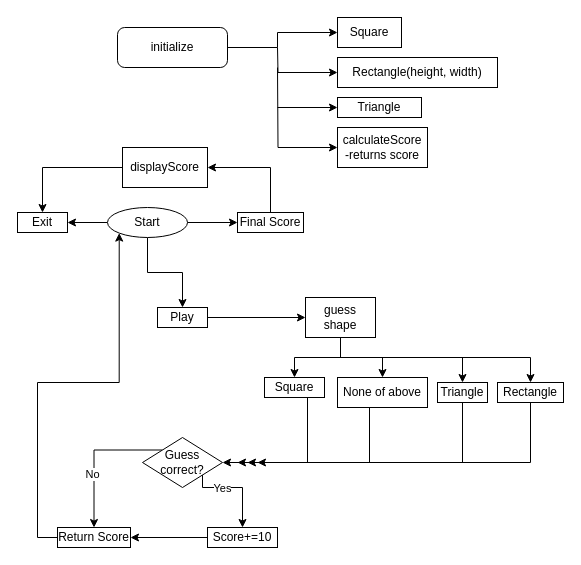
Before: Untitled Diagram.drawio in BrooklynRobertson/Brooklyn_Robertson_103.1-Practical, a draw.io diagram. Source tidied: cells renumbered, new cells numbered last; positions are measured from the earlier drawing's top-left corner, leaving out a move shared by most shapes. Both pictures are drawn from the tidied source at 100%, with x=0, y=0 at pixel (17, 17).
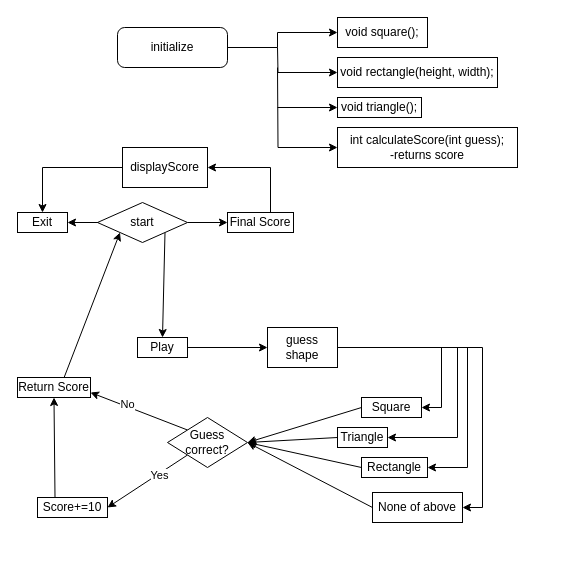
Above is the later version.

The change refers to these unchanged cells:
```xml
<mxCell id="14" value="Exit" style="rounded=0;whiteSpace=wrap;html=1;" parent="1" vertex="1">
  <mxGeometry y="195" width="50" height="20" as="geometry" />
</mxCell>
```

Change to the diagram source:
```diff
@@
-    <mxCell id="4" value="Square" style="rounded=0;whiteSpace=wrap;html=1;" parent="1" vertex="1">
-      <mxGeometry x="320" width="64" height="30" as="geometry" />
+    <mxCell id="4" value="void square();" style="rounded=0;whiteSpace=wrap;html=1;" parent="1" vertex="1">
+      <mxGeometry x="320" width="90" height="30" as="geometry" />
     </mxCell>
@@
-    <mxCell id="6" value="Triangle" style="rounded=0;whiteSpace=wrap;html=1;" parent="1" vertex="1">
+    <mxCell id="6" value="void triangle();" style="rounded=0;whiteSpace=wrap;html=1;" parent="1" vertex="1">
       <mxGeometry x="320" y="80" width="84" height="20" as="geometry" />
     </mxCell>
@@
-    <mxCell id="8" value="Rectangle(height, width)" style="rounded=0;whiteSpace=wrap;html=1;" parent="1" vertex="1">
+    <mxCell id="8" value="void rectangle(height, width);" style="rounded=0;whiteSpace=wrap;html=1;" parent="1" vertex="1">
       <mxGeometry x="320" y="40" width="160" height="30" as="geometry" />
     </mxCell>
@@
-    <mxCell id="10" value="calculateScore&lt;br&gt;-returns score" style="rounded=0;whiteSpace=wrap;html=1;" parent="1" vertex="1">
-      <mxGeometry x="320" y="110" width="90" height="40" as="geometry" />
+    <mxCell id="10" value="int calculateScore(int guess);&lt;br&gt;-returns score" style="rounded=0;whiteSpace=wrap;html=1;" parent="1" vertex="1">
+      <mxGeometry x="320" y="110" width="180" height="40" as="geometry" />
     </mxCell>
-    <mxCell id="11" style="edgeStyle=orthogonalEdgeStyle;rounded=0;jettySize=auto;html=1;startArrow=none;startFill=0;endArrow=classic;endFill=1;" parent="1" edge="1" source="13" target="16">
-      <mxGeometry relative="1" as="geometry" />
-    </mxCell>
-    <mxCell id="12" style="edgeStyle=orthogonalEdgeStyle;rounded=0;jettySize=auto;html=1;startArrow=none;startFill=0;endArrow=classic;endFill=1;" parent="1" edge="1" source="13" target="14">
+    <mxCell id="12" style="edgeStyle=orthogonalEdgeStyle;rounded=0;jettySize=auto;html=1;startArrow=none;startFill=0;endArrow=classic;endFill=1;exitX=0;exitY=0.5;exitDx=0;exitDy=0;" parent="1" edge="1" source="49" target="14">
       <mxGeometry relative="1" as="geometry">
         <Array as="points">
-          <mxPoint x="35" y="205" />
+          <mxPoint x="105" y="205" />
         </Array>
       </mxGeometry>
     </mxCell>
-    <mxCell id="13" value="Start" style="ellipse;whiteSpace=wrap;html=1;" parent="1" vertex="1">
-      <mxGeometry x="90" y="190" width="80" height="30" as="geometry" />
-    </mxCell>
@@
-    <mxCell id="15" style="edgeStyle=orthogonalEdgeStyle;rounded=0;jettySize=auto;html=1;startArrow=none;startFill=0;endArrow=classic;endFill=1;" parent="1" edge="1" source="16" target="24">
+    <mxCell id="15" style="rounded=0;jettySize=auto;html=1;startArrow=none;startFill=0;endArrow=classic;endFill=1;" parent="1" edge="1" source="16" target="24">
       <mxGeometry relative="1" as="geometry" />
     </mxCell>
     <mxCell id="16" value="Play" style="rounded=0;whiteSpace=wrap;html=1;" parent="1" vertex="1">
-      <mxGeometry x="140" y="290" width="50" height="20" as="geometry" />
+      <mxGeometry x="120" y="320" width="50" height="20" as="geometry" />
     </mxCell>
@@
     <mxCell id="18" value="Final Score" style="rounded=0;whiteSpace=wrap;html=1;" parent="1" vertex="1">
-      <mxGeometry x="220" y="195" width="66" height="20" as="geometry" />
+      <mxGeometry x="210" y="195" width="66" height="20" as="geometry" />
     </mxCell>
-    <mxCell id="19" style="endArrow=classic;html=1;rounded=0;entryX=0;entryY=0.5;entryDx=0;entryDy=0;" parent="1" edge="1" target="18">
-      <mxGeometry relative="1" as="geometry">
-        <mxPoint x="170" y="205" as="sourcePoint" />
-      </mxGeometry>
+    <mxCell id="19" style="endArrow=classic;html=1;rounded=0;entryX=0;entryY=0.5;entryDx=0;entryDy=0;exitX=1;exitY=0.5;exitDx=0;exitDy=0;" parent="1" edge="1" source="49" target="18">
+      <mxGeometry relative="1" as="geometry" />
     </mxCell>
+    <mxCell id="21" style="rounded=0;jettySize=auto;html=1;exitX=1;exitY=0.5;exitDx=0;exitDy=0;entryX=1;entryY=0.5;entryDx=0;entryDy=0;startArrow=none;startFill=0;endArrow=classic;endFill=1;edgeStyle=orthogonalEdgeStyle;" parent="1" edge="1" source="24" target="28">
+      <mxGeometry relative="1" as="geometry">
+        <Array as="points">
+          <mxPoint x="424" y="330" />
+          <mxPoint x="424" y="390" />
+        </Array>
+      </mxGeometry>
+    </mxCell>
-    <mxCell id="20" style="edgeStyle=orthogonalEdgeStyle;rounded=0;jettySize=auto;html=1;startArrow=none;startFill=0;endArrow=classic;endFill=1;" parent="1" edge="1" source="24" target="32">
+    <mxCell id="20" style="edgeStyle=orthogonalEdgeStyle;rounded=0;jettySize=auto;html=1;exitX=1;exitY=0.5;exitDx=0;exitDy=0;entryX=1;entryY=0.5;entryDx=0;entryDy=0;startArrow=none;startFill=0;endArrow=classic;endFill=1;elbow=vertical;" parent="1" edge="1" source="24" target="32">
       <mxGeometry relative="1" as="geometry" />
     </mxCell>
-    <mxCell id="21" style="edgeStyle=orthogonalEdgeStyle;rounded=0;jettySize=auto;html=1;startArrow=none;startFill=0;endArrow=classic;endFill=1;" parent="1" edge="1" source="24" target="28">
-      <mxGeometry relative="1" as="geometry" />
-    </mxCell>
-    <mxCell id="22" style="edgeStyle=orthogonalEdgeStyle;rounded=0;jettySize=auto;html=1;entryX=0.5;entryY=0;entryDx=0;entryDy=0;startArrow=none;startFill=0;endArrow=classic;endFill=1;" parent="1" edge="1" source="24" target="30">
+    <mxCell id="22" style="edgeStyle=orthogonalEdgeStyle;rounded=0;jettySize=auto;html=1;exitX=1;exitY=0.5;exitDx=0;exitDy=0;entryX=1;entryY=0.5;entryDx=0;entryDy=0;startArrow=none;startFill=0;endArrow=classic;endFill=1;" parent="1" edge="1" source="24" target="30">
       <mxGeometry relative="1" as="geometry">
         <Array as="points">
-          <mxPoint x="323" y="340" />
-          <mxPoint x="445" y="340" />
+          <mxPoint x="440" y="330" />
+          <mxPoint x="440" y="420" />
         </Array>
       </mxGeometry>
     </mxCell>
-    <mxCell id="23" style="edgeStyle=orthogonalEdgeStyle;rounded=0;jettySize=auto;html=1;startArrow=none;startFill=0;endArrow=classic;endFill=1;" parent="1" edge="1" source="24" target="43">
+    <mxCell id="23" style="edgeStyle=orthogonalEdgeStyle;rounded=0;jettySize=auto;html=1;exitX=1;exitY=0.5;exitDx=0;exitDy=0;entryX=1;entryY=0.5;entryDx=0;entryDy=0;startArrow=none;startFill=0;endArrow=classic;endFill=1;" parent="1" edge="1" source="24" target="43">
       <mxGeometry relative="1" as="geometry">
         <Array as="points">
-          <mxPoint x="323" y="340" />
-          <mxPoint x="513" y="340" />
+          <mxPoint x="450" y="330" />
+          <mxPoint x="450" y="450" />
         </Array>
       </mxGeometry>
     </mxCell>
     <mxCell id="24" value="guess shape" style="rounded=0;whiteSpace=wrap;html=1;" parent="1" vertex="1">
-      <mxGeometry x="288" y="280" width="70" height="40" as="geometry" />
+      <mxGeometry x="250" y="310" width="70" height="40" as="geometry" />
     </mxCell>
@@
-    <mxCell id="27" style="edgeStyle=orthogonalEdgeStyle;rounded=0;jettySize=auto;html=1;entryX=1;entryY=0.5;entryDx=0;entryDy=0;startArrow=none;startFill=0;endArrow=classic;endFill=1;" parent="1" edge="1" source="28" target="37">
-      <mxGeometry relative="1" as="geometry">
-        <Array as="points">
-          <mxPoint x="290" y="445" />
-        </Array>
-      </mxGeometry>
+    <mxCell id="27" style="rounded=0;jettySize=auto;html=1;exitX=0;exitY=0.5;exitDx=0;exitDy=0;startArrow=none;startFill=0;endArrow=classic;endFill=1;elbow=vertical;entryX=1;entryY=0.5;entryDx=0;entryDy=0;" parent="1" edge="1" source="28" target="37">
+      <mxGeometry relative="1" as="geometry" />
     </mxCell>
     <mxCell id="28" value="Square" style="rounded=0;whiteSpace=wrap;html=1;" parent="1" vertex="1">
-      <mxGeometry x="247" y="360" width="60" height="20" as="geometry" />
+      <mxGeometry x="344" y="380" width="60" height="20" as="geometry" />
     </mxCell>
-    <mxCell id="29" style="edgeStyle=orthogonalEdgeStyle;rounded=0;jettySize=auto;html=1;startArrow=none;startFill=0;endArrow=classic;endFill=1;" parent="1" edge="1" source="30">
-      <mxGeometry relative="1" as="geometry">
-        <mxPoint x="230" y="445" as="targetPoint" />
-        <Array as="points">
-          <mxPoint x="445" y="445" />
-        </Array>
-      </mxGeometry>
-    </mxCell>
+    <mxCell id="44" style="rounded=0;jettySize=auto;html=1;exitX=0;exitY=0.5;exitDx=0;exitDy=0;startArrow=none;startFill=0;endArrow=classic;endFill=1;elbow=vertical;entryX=1;entryY=0.5;entryDx=0;entryDy=0;" parent="1" edge="1" source="30" target="37">
+      <mxGeometry relative="1" as="geometry" />
+    </mxCell>
     <mxCell id="30" value="Triangle" style="rounded=0;whiteSpace=wrap;html=1;" parent="1" vertex="1">
-      <mxGeometry x="420" y="365" width="50" height="20" as="geometry" />
+      <mxGeometry x="320" y="410" width="50" height="20" as="geometry" />
     </mxCell>
-    <mxCell id="31" style="edgeStyle=orthogonalEdgeStyle;rounded=0;jettySize=auto;html=1;startArrow=none;startFill=0;endArrow=classic;endFill=1;" parent="1" edge="1" source="32">
-      <mxGeometry relative="1" as="geometry">
-        <mxPoint x="220" y="445" as="targetPoint" />
-        <Array as="points">
-          <mxPoint x="352" y="445" />
-        </Array>
-      </mxGeometry>
-    </mxCell>
+    <mxCell id="45" style="rounded=0;jettySize=auto;html=1;exitX=0;exitY=0.5;exitDx=0;exitDy=0;entryX=1;entryY=0.5;entryDx=0;entryDy=0;startArrow=none;startFill=0;endArrow=classic;endFill=1;elbow=vertical;" parent="1" edge="1" source="32" target="37">
+      <mxGeometry relative="1" as="geometry" />
+    </mxCell>
     <mxCell id="32" value="None of above" style="rounded=0;whiteSpace=wrap;html=1;" parent="1" vertex="1">
-      <mxGeometry x="320" y="360" width="90" height="30" as="geometry" />
+      <mxGeometry x="355" y="475" width="90" height="30" as="geometry" />
     </mxCell>
-    <mxCell id="33" style="edgeStyle=orthogonalEdgeStyle;rounded=0;jettySize=auto;html=1;startArrow=none;startFill=0;endArrow=classic;endFill=1;exitX=0;exitY=0;exitDx=0;exitDy=0;" parent="1" edge="1" source="37" target="39">
+    <mxCell id="33" style="rounded=0;jettySize=auto;html=1;startArrow=none;startFill=0;endArrow=classic;endFill=1;exitX=0;exitY=0;exitDx=0;exitDy=0;entryX=1;entryY=0.75;entryDx=0;entryDy=0;" parent="1" edge="1" source="37" target="39">
       <mxGeometry relative="1" as="geometry" />
     </mxCell>
@@
-    <mxCell id="35" style="edgeStyle=orthogonalEdgeStyle;rounded=0;jettySize=auto;html=1;exitX=1;exitY=1;exitDx=0;exitDy=0;entryX=0.5;entryY=0;entryDx=0;entryDy=0;startArrow=none;startFill=0;endArrow=classic;endFill=1;" parent="1" edge="1" source="37" target="41">
-      <mxGeometry relative="1" as="geometry">
-        <Array as="points">
-          <mxPoint x="185" y="470" />
-          <mxPoint x="225" y="470" />
-        </Array>
-      </mxGeometry>
+    <mxCell id="35" style="edgeStyle=none;rounded=0;jettySize=auto;html=1;exitX=0;exitY=1;exitDx=0;exitDy=0;entryX=1;entryY=0.5;entryDx=0;entryDy=0;startArrow=none;startFill=0;endArrow=classic;endFill=1;" parent="1" edge="1" source="37" target="41">
+      <mxGeometry relative="1" as="geometry" />
     </mxCell>
     <mxCell id="36" value="Yes" style="edgeLabel;html=1;align=center;verticalAlign=middle;" parent="35" vertex="1">
-      <mxGeometry x="-0.04" y="-3" relative="1" as="geometry">
-        <mxPoint x="-12" y="-3" as="offset" />
-      </mxGeometry>
+      <mxGeometry x="-0.27" y="1" relative="1" as="geometry" />
     </mxCell>
     <mxCell id="37" value="Guess correct?" style="rhombus;whiteSpace=wrap;html=1;" parent="1" vertex="1">
-      <mxGeometry x="125" y="420" width="80" height="50" as="geometry" />
+      <mxGeometry x="150" y="400" width="80" height="50" as="geometry" />
     </mxCell>
-    <mxCell id="38" style="edgeStyle=orthogonalEdgeStyle;rounded=0;jettySize=auto;html=1;exitX=0;exitY=0.5;exitDx=0;exitDy=0;entryX=0;entryY=1;entryDx=0;entryDy=0;startArrow=none;startFill=0;endArrow=classic;endFill=1;" parent="1" edge="1" source="39" target="13">
-      <mxGeometry relative="1" as="geometry" />
-    </mxCell>
+    <mxCell id="46" style="rounded=0;jettySize=auto;html=1;exitX=0.634;exitY=0.045;exitDx=0;exitDy=0;entryX=0;entryY=1;entryDx=0;entryDy=0;startArrow=none;startFill=0;endArrow=classic;endFill=1;exitPerimeter=0;" parent="1" edge="1" source="39" target="49">
+      <mxGeometry relative="1" as="geometry" />
+    </mxCell>
     <mxCell id="39" value="Return Score" style="rounded=0;whiteSpace=wrap;html=1;" parent="1" vertex="1">
-      <mxGeometry x="40" y="510" width="73" height="20" as="geometry" />
+      <mxGeometry y="360" width="73" height="20" as="geometry" />
     </mxCell>
-    <mxCell id="40" style="edgeStyle=orthogonalEdgeStyle;rounded=0;jettySize=auto;html=1;entryX=1;entryY=0.5;entryDx=0;entryDy=0;startArrow=none;startFill=0;endArrow=classic;endFill=1;" parent="1" edge="1" source="41" target="39">
+    <mxCell id="40" style="edgeStyle=none;rounded=0;jettySize=auto;html=1;exitX=0.25;exitY=0;exitDx=0;exitDy=0;entryX=0.5;entryY=1;entryDx=0;entryDy=0;startArrow=none;startFill=0;endArrow=classic;endFill=1;" parent="1" edge="1" source="41" target="39">
       <mxGeometry relative="1" as="geometry" />
     </mxCell>
     <mxCell id="41" value="Score+=10" style="rounded=0;whiteSpace=wrap;html=1;" parent="1" vertex="1">
-      <mxGeometry x="190" y="510" width="70" height="20" as="geometry" />
+      <mxGeometry x="20" y="480" width="70" height="20" as="geometry" />
     </mxCell>
-    <mxCell id="42" style="edgeStyle=orthogonalEdgeStyle;rounded=0;jettySize=auto;html=1;startArrow=none;startFill=0;endArrow=classic;endFill=1;" parent="1" edge="1" source="43">
-      <mxGeometry relative="1" as="geometry">
-        <mxPoint x="240" y="445" as="targetPoint" />
-        <Array as="points">
-          <mxPoint x="513" y="445" />
-        </Array>
-      </mxGeometry>
-    </mxCell>
+    <mxCell id="47" style="rounded=0;jettySize=auto;html=1;exitX=0;exitY=0.5;exitDx=0;exitDy=0;startArrow=none;startFill=0;endArrow=classic;endFill=1;elbow=vertical;entryX=1;entryY=0.5;entryDx=0;entryDy=0;" parent="1" edge="1" source="43" target="37">
+      <mxGeometry relative="1" as="geometry" />
+    </mxCell>
     <mxCell id="43" value="Rectangle" style="rounded=0;whiteSpace=wrap;html=1;" parent="1" vertex="1">
-      <mxGeometry x="480" y="365" width="66" height="20" as="geometry" />
+      <mxGeometry x="344" y="440" width="66" height="20" as="geometry" />
     </mxCell>
+    <mxCell id="48" style="rounded=0;jettySize=auto;html=1;exitX=1;exitY=1;exitDx=0;exitDy=0;entryX=0.5;entryY=0;entryDx=0;entryDy=0;startArrow=none;startFill=0;endArrow=classic;endFill=1;" parent="1" edge="1" source="49" target="16">
+      <mxGeometry relative="1" as="geometry" />
+    </mxCell>
+    <mxCell id="49" value="start" style="rhombus;whiteSpace=wrap;html=1;" parent="1" vertex="1">
+      <mxGeometry x="80" y="185" width="90" height="40" as="geometry" />
+    </mxCell>
```
